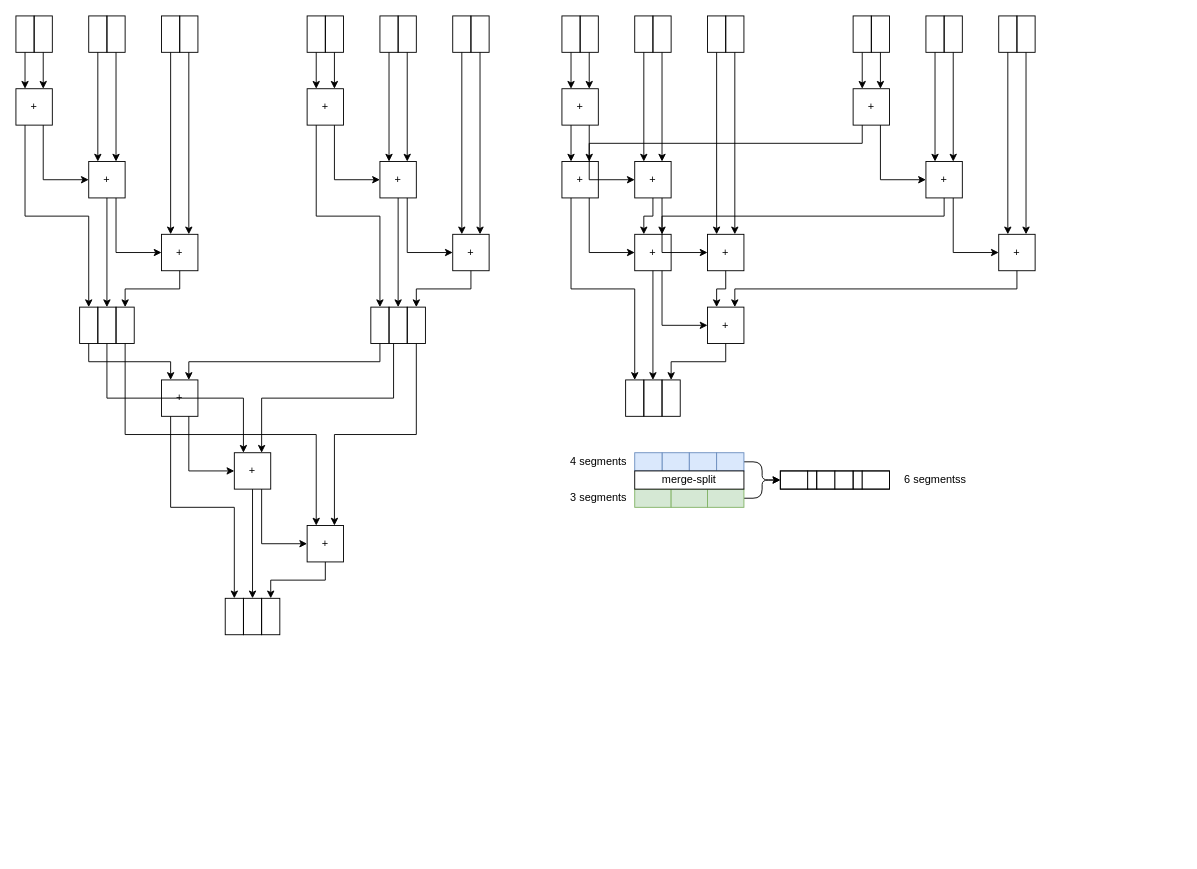
Earlier version of the draw.io diagram page "retiming for compression" (11 of 14) of src/main/resources/Karatsuba.drawio (RicardoNid/Chainsaw2). Source tidied: cells renumbered, new cells numbered last; positions are measured from the earlier drawing's top-left corner, leaving out a move shared by most shapes. Both pictures are drawn from the tidied source at 91%, with x=0, y=0 at pixel (15, 15).
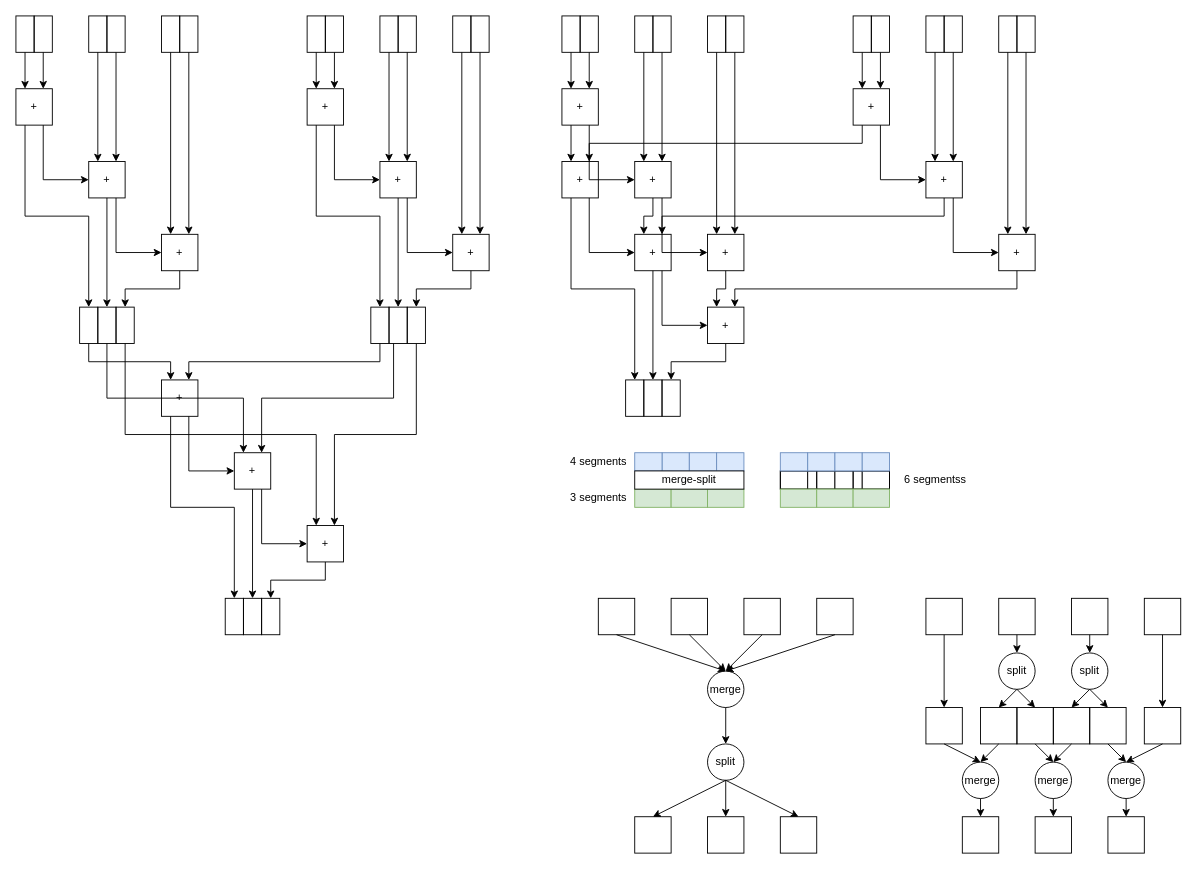
The same diagram, later.

Unchanged cells that the change refers to:
```xml
<mxCell id="119" style="rounded=0;whiteSpace=wrap;html=1;fillColor=#dae8fc;strokeColor=#6c8ebf;" parent="1" vertex="1">
  <mxGeometry x="770" y="480" width="30" height="20" as="geometry" />
</mxCell>
<mxCell id="124" style="rounded=0;whiteSpace=wrap;html=1;fillColor=#d5e8d4;strokeColor=#82b366;" parent="1" vertex="1">
  <mxGeometry x="760" y="520" width="40" height="20" as="geometry" />
</mxCell>
<mxCell id="130" style="rounded=0;whiteSpace=wrap;html=1;fillColor=none;" parent="1" vertex="1">
  <mxGeometry x="840" y="500" width="40" height="20" as="geometry" />
</mxCell>
```

Change to the diagram source:
```diff
@@
-    <mxCell id="118" style="edgeStyle=orthogonalEdgeStyle;rounded=1;html=1;exitX=1;exitY=0.5;exitDx=0;exitDy=0;entryX=0;entryY=0.5;entryDx=0;entryDy=0;" parent="1" edge="1" source="119" target="130">
-      <mxGeometry relative="1" as="geometry" />
-    </mxCell>
@@
-    <mxCell id="123" style="edgeStyle=orthogonalEdgeStyle;rounded=1;html=1;exitX=1;exitY=0.5;exitDx=0;exitDy=0;entryX=0;entryY=0.5;entryDx=0;entryDy=0;" parent="1" edge="1" source="124" target="130">
-      <mxGeometry relative="1" as="geometry" />
-    </mxCell>
@@
+    <mxCell id="136" style="edgeStyle=none;html=1;exitX=0.5;exitY=1;exitDx=0;exitDy=0;entryX=0.5;entryY=0;entryDx=0;entryDy=0;" parent="1" edge="1" source="137" target="152">
+      <mxGeometry relative="1" as="geometry" />
+    </mxCell>
+    <mxCell id="137" value="merge" style="ellipse;whiteSpace=wrap;html=1;fillColor=none;" parent="1" vertex="1">
+      <mxGeometry x="760" y="720" width="40" height="40" as="geometry" />
+    </mxCell>
+    <mxCell id="138" style="edgeStyle=none;html=1;exitX=0.5;exitY=1;exitDx=0;exitDy=0;entryX=0.5;entryY=0;entryDx=0;entryDy=0;" parent="1" edge="1" source="139" target="137">
+      <mxGeometry relative="1" as="geometry" />
+    </mxCell>
+    <mxCell id="139" style="whiteSpace=wrap;html=1;fillColor=none;" parent="1" vertex="1">
+      <mxGeometry x="640" y="640" width="40" height="40" as="geometry" />
+    </mxCell>
+    <mxCell id="140" style="edgeStyle=none;html=1;exitX=0.5;exitY=1;exitDx=0;exitDy=0;entryX=0.5;entryY=0;entryDx=0;entryDy=0;" parent="1" edge="1" source="141" target="137">
+      <mxGeometry relative="1" as="geometry" />
+    </mxCell>
+    <mxCell id="141" style="whiteSpace=wrap;html=1;fillColor=none;" parent="1" vertex="1">
+      <mxGeometry x="720" y="640" width="40" height="40" as="geometry" />
+    </mxCell>
+    <mxCell id="142" style="edgeStyle=none;html=1;exitX=0.5;exitY=1;exitDx=0;exitDy=0;entryX=0.5;entryY=0;entryDx=0;entryDy=0;" parent="1" edge="1" source="143" target="137">
+      <mxGeometry relative="1" as="geometry" />
+    </mxCell>
+    <mxCell id="143" style="whiteSpace=wrap;html=1;fillColor=none;" parent="1" vertex="1">
+      <mxGeometry x="800" y="640" width="40" height="40" as="geometry" />
+    </mxCell>
+    <mxCell id="144" style="edgeStyle=none;html=1;exitX=0.5;exitY=1;exitDx=0;exitDy=0;entryX=0.5;entryY=0;entryDx=0;entryDy=0;" parent="1" edge="1" source="145" target="137">
+      <mxGeometry relative="1" as="geometry" />
+    </mxCell>
+    <mxCell id="145" style="whiteSpace=wrap;html=1;fillColor=none;" parent="1" vertex="1">
+      <mxGeometry x="880" y="640" width="40" height="40" as="geometry" />
+    </mxCell>
+    <mxCell id="146" style="edgeStyle=none;html=1;exitX=0.5;exitY=1;exitDx=0;exitDy=0;entryX=0.5;entryY=0;entryDx=0;entryDy=0;" parent="1" edge="1" source="152" target="149">
+      <mxGeometry relative="1" as="geometry" />
+    </mxCell>
+    <mxCell id="147" style="edgeStyle=none;html=1;exitX=0.5;exitY=1;exitDx=0;exitDy=0;entryX=0.5;entryY=0;entryDx=0;entryDy=0;" parent="1" edge="1" source="152" target="150">
+      <mxGeometry relative="1" as="geometry" />
+    </mxCell>
+    <mxCell id="148" style="edgeStyle=none;html=1;exitX=0.5;exitY=1;exitDx=0;exitDy=0;entryX=0.5;entryY=0;entryDx=0;entryDy=0;" parent="1" edge="1" source="152" target="151">
+      <mxGeometry relative="1" as="geometry" />
+    </mxCell>
+    <mxCell id="149" style="whiteSpace=wrap;html=1;fillColor=none;" parent="1" vertex="1">
+      <mxGeometry x="680" y="880" width="40" height="40" as="geometry" />
+    </mxCell>
+    <mxCell id="150" style="whiteSpace=wrap;html=1;fillColor=none;" parent="1" vertex="1">
+      <mxGeometry x="760" y="880" width="40" height="40" as="geometry" />
+    </mxCell>
+    <mxCell id="151" style="whiteSpace=wrap;html=1;fillColor=none;" parent="1" vertex="1">
+      <mxGeometry x="840" y="880" width="40" height="40" as="geometry" />
+    </mxCell>
+    <mxCell id="152" value="split" style="ellipse;whiteSpace=wrap;html=1;fillColor=none;" parent="1" vertex="1">
+      <mxGeometry x="760" y="800" width="40" height="40" as="geometry" />
+    </mxCell>
+    <mxCell id="153" style="rounded=0;whiteSpace=wrap;html=1;fillColor=#dae8fc;strokeColor=#6c8ebf;" parent="1" vertex="1">
+      <mxGeometry x="870" y="480" width="30" height="20" as="geometry" />
+    </mxCell>
+    <mxCell id="154" style="rounded=0;whiteSpace=wrap;html=1;fillColor=#dae8fc;strokeColor=#6c8ebf;" parent="1" vertex="1">
+      <mxGeometry x="900" y="480" width="30" height="20" as="geometry" />
+    </mxCell>
+    <mxCell id="155" style="rounded=0;whiteSpace=wrap;html=1;fillColor=#dae8fc;strokeColor=#6c8ebf;" parent="1" vertex="1">
+      <mxGeometry x="930" y="480" width="30" height="20" as="geometry" />
+    </mxCell>
+    <mxCell id="156" style="rounded=0;whiteSpace=wrap;html=1;fillColor=#dae8fc;strokeColor=#6c8ebf;" parent="1" vertex="1">
+      <mxGeometry x="840" y="480" width="30" height="20" as="geometry" />
+    </mxCell>
+    <mxCell id="157" style="rounded=0;whiteSpace=wrap;html=1;fillColor=#d5e8d4;strokeColor=#82b366;" parent="1" vertex="1">
+      <mxGeometry x="840" y="520" width="40" height="20" as="geometry" />
+    </mxCell>
+    <mxCell id="158" style="rounded=0;whiteSpace=wrap;html=1;fillColor=#d5e8d4;strokeColor=#82b366;" parent="1" vertex="1">
+      <mxGeometry x="880" y="520" width="40" height="20" as="geometry" />
+    </mxCell>
+    <mxCell id="159" style="rounded=0;whiteSpace=wrap;html=1;fillColor=#d5e8d4;strokeColor=#82b366;" parent="1" vertex="1">
+      <mxGeometry x="920" y="520" width="40" height="20" as="geometry" />
+    </mxCell>
+    <mxCell id="160" style="edgeStyle=none;html=1;exitX=0.5;exitY=1;exitDx=0;exitDy=0;entryX=0.5;entryY=0;entryDx=0;entryDy=0;" parent="1" edge="1" source="161" target="175">
+      <mxGeometry relative="1" as="geometry" />
+    </mxCell>
+    <mxCell id="161" style="whiteSpace=wrap;html=1;fillColor=none;" parent="1" vertex="1">
+      <mxGeometry x="1000" y="640" width="40" height="40" as="geometry" />
+    </mxCell>
+    <mxCell id="162" style="edgeStyle=none;html=1;exitX=0.5;exitY=1;exitDx=0;exitDy=0;entryX=0.5;entryY=0;entryDx=0;entryDy=0;" parent="1" edge="1" source="163" target="173">
+      <mxGeometry relative="1" as="geometry" />
+    </mxCell>
+    <mxCell id="163" style="whiteSpace=wrap;html=1;fillColor=none;" parent="1" vertex="1">
+      <mxGeometry x="1080" y="640" width="40" height="40" as="geometry" />
+    </mxCell>
+    <mxCell id="164" style="edgeStyle=none;html=1;exitX=0.5;exitY=1;exitDx=0;exitDy=0;entryX=0.5;entryY=0;entryDx=0;entryDy=0;" parent="1" edge="1" source="165" target="186">
+      <mxGeometry relative="1" as="geometry" />
+    </mxCell>
+    <mxCell id="165" style="whiteSpace=wrap;html=1;fillColor=none;" parent="1" vertex="1">
+      <mxGeometry x="1160" y="640" width="40" height="40" as="geometry" />
+    </mxCell>
+    <mxCell id="166" style="edgeStyle=none;html=1;exitX=0.5;exitY=1;exitDx=0;exitDy=0;entryX=0.5;entryY=0;entryDx=0;entryDy=0;" parent="1" edge="1" source="167" target="188">
+      <mxGeometry relative="1" as="geometry" />
+    </mxCell>
+    <mxCell id="167" style="whiteSpace=wrap;html=1;fillColor=none;" parent="1" vertex="1">
+      <mxGeometry x="1240" y="640" width="40" height="40" as="geometry" />
+    </mxCell>
+    <mxCell id="168" style="whiteSpace=wrap;html=1;fillColor=none;" parent="1" vertex="1">
+      <mxGeometry x="1040" y="880" width="40" height="40" as="geometry" />
+    </mxCell>
+    <mxCell id="169" style="whiteSpace=wrap;html=1;fillColor=none;" parent="1" vertex="1">
+      <mxGeometry x="1120" y="880" width="40" height="40" as="geometry" />
+    </mxCell>
+    <mxCell id="170" style="whiteSpace=wrap;html=1;fillColor=none;" parent="1" vertex="1">
+      <mxGeometry x="1200" y="880" width="40" height="40" as="geometry" />
+    </mxCell>
+    <mxCell id="171" style="edgeStyle=none;html=1;exitX=0.5;exitY=1;exitDx=0;exitDy=0;entryX=0.5;entryY=0;entryDx=0;entryDy=0;" parent="1" edge="1" source="173" target="177">
+      <mxGeometry relative="1" as="geometry" />
+    </mxCell>
+    <mxCell id="172" style="edgeStyle=none;html=1;exitX=0.5;exitY=1;exitDx=0;exitDy=0;entryX=0.5;entryY=0;entryDx=0;entryDy=0;" parent="1" edge="1" source="173" target="179">
+      <mxGeometry relative="1" as="geometry" />
+    </mxCell>
+    <mxCell id="173" value="split" style="ellipse;whiteSpace=wrap;html=1;fillColor=none;" parent="1" vertex="1">
+      <mxGeometry x="1080" y="700" width="40" height="40" as="geometry" />
+    </mxCell>
+    <mxCell id="174" style="edgeStyle=none;html=1;exitX=0.5;exitY=1;exitDx=0;exitDy=0;entryX=0.5;entryY=0;entryDx=0;entryDy=0;" parent="1" edge="1" source="175" target="192">
+      <mxGeometry relative="1" as="geometry" />
+    </mxCell>
+    <mxCell id="175" style="whiteSpace=wrap;html=1;fillColor=none;" parent="1" vertex="1">
+      <mxGeometry x="1000" y="760" width="40" height="40" as="geometry" />
+    </mxCell>
+    <mxCell id="176" style="edgeStyle=none;html=1;exitX=0.5;exitY=1;exitDx=0;exitDy=0;entryX=0.5;entryY=0;entryDx=0;entryDy=0;" parent="1" edge="1" source="177" target="192">
+      <mxGeometry relative="1" as="geometry" />
+    </mxCell>
+    <mxCell id="177" style="whiteSpace=wrap;html=1;fillColor=none;" parent="1" vertex="1">
+      <mxGeometry x="1060" y="760" width="40" height="40" as="geometry" />
+    </mxCell>
+    <mxCell id="178" style="edgeStyle=none;html=1;exitX=0.5;exitY=1;exitDx=0;exitDy=0;entryX=0.5;entryY=0;entryDx=0;entryDy=0;" parent="1" edge="1" source="179" target="190">
+      <mxGeometry relative="1" as="geometry" />
+    </mxCell>
+    <mxCell id="179" style="whiteSpace=wrap;html=1;fillColor=none;" parent="1" vertex="1">
+      <mxGeometry x="1100" y="760" width="40" height="40" as="geometry" />
+    </mxCell>
+    <mxCell id="180" style="edgeStyle=none;html=1;exitX=0.5;exitY=1;exitDx=0;exitDy=0;entryX=0.5;entryY=0;entryDx=0;entryDy=0;" parent="1" edge="1" source="181" target="190">
+      <mxGeometry relative="1" as="geometry" />
+    </mxCell>
+    <mxCell id="181" style="whiteSpace=wrap;html=1;fillColor=none;" parent="1" vertex="1">
+      <mxGeometry x="1140" y="760" width="40" height="40" as="geometry" />
+    </mxCell>
+    <mxCell id="182" style="edgeStyle=none;html=1;exitX=0.5;exitY=1;exitDx=0;exitDy=0;entryX=0.5;entryY=0;entryDx=0;entryDy=0;" parent="1" edge="1" source="183" target="194">
+      <mxGeometry relative="1" as="geometry" />
+    </mxCell>
+    <mxCell id="183" style="whiteSpace=wrap;html=1;fillColor=none;" parent="1" vertex="1">
+      <mxGeometry x="1180" y="760" width="40" height="40" as="geometry" />
+    </mxCell>
+    <mxCell id="184" style="edgeStyle=none;html=1;exitX=0.5;exitY=1;exitDx=0;exitDy=0;entryX=0.5;entryY=0;entryDx=0;entryDy=0;" parent="1" edge="1" source="186" target="181">
+      <mxGeometry relative="1" as="geometry" />
+    </mxCell>
+    <mxCell id="185" style="edgeStyle=none;html=1;exitX=0.5;exitY=1;exitDx=0;exitDy=0;entryX=0.5;entryY=0;entryDx=0;entryDy=0;" parent="1" edge="1" source="186" target="183">
+      <mxGeometry relative="1" as="geometry" />
+    </mxCell>
+    <mxCell id="186" value="split" style="ellipse;whiteSpace=wrap;html=1;fillColor=none;" parent="1" vertex="1">
+      <mxGeometry x="1160" y="700" width="40" height="40" as="geometry" />
+    </mxCell>
+    <mxCell id="187" style="edgeStyle=none;html=1;exitX=0.5;exitY=1;exitDx=0;exitDy=0;entryX=0.5;entryY=0;entryDx=0;entryDy=0;" parent="1" edge="1" source="188" target="194">
+      <mxGeometry relative="1" as="geometry" />
+    </mxCell>
+    <mxCell id="188" style="whiteSpace=wrap;html=1;fillColor=none;" parent="1" vertex="1">
+      <mxGeometry x="1240" y="760" width="40" height="40" as="geometry" />
+    </mxCell>
+    <mxCell id="189" style="edgeStyle=none;html=1;exitX=0.5;exitY=1;exitDx=0;exitDy=0;entryX=0.5;entryY=0;entryDx=0;entryDy=0;" parent="1" edge="1" source="190" target="169">
+      <mxGeometry relative="1" as="geometry" />
+    </mxCell>
+    <mxCell id="190" value="merge" style="ellipse;whiteSpace=wrap;html=1;fillColor=none;" parent="1" vertex="1">
+      <mxGeometry x="1120" y="820" width="40" height="40" as="geometry" />
+    </mxCell>
+    <mxCell id="191" style="edgeStyle=none;html=1;exitX=0.5;exitY=1;exitDx=0;exitDy=0;entryX=0.5;entryY=0;entryDx=0;entryDy=0;" parent="1" edge="1" source="192" target="168">
+      <mxGeometry relative="1" as="geometry" />
+    </mxCell>
+    <mxCell id="192" value="merge" style="ellipse;whiteSpace=wrap;html=1;fillColor=none;" parent="1" vertex="1">
+      <mxGeometry x="1040" y="820" width="40" height="40" as="geometry" />
+    </mxCell>
+    <mxCell id="193" style="edgeStyle=none;html=1;exitX=0.5;exitY=1;exitDx=0;exitDy=0;entryX=0.5;entryY=0;entryDx=0;entryDy=0;" parent="1" edge="1" source="194" target="170">
+      <mxGeometry relative="1" as="geometry" />
+    </mxCell>
+    <mxCell id="194" value="merge" style="ellipse;whiteSpace=wrap;html=1;fillColor=none;" parent="1" vertex="1">
+      <mxGeometry x="1200" y="820" width="40" height="40" as="geometry" />
+    </mxCell>
```
